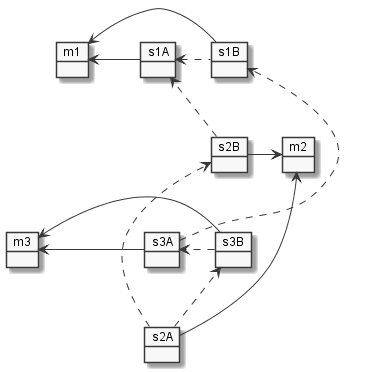
Before: documentation/protocol/img/conn-message-container-delayed-message.png, a diagram exported from PlantUML (researchstudio-sat/webofneeds). Source of this version:
```plantuml
@startuml
scale 1
skinparam monochrome true

hide attributes

object "m1"  as m1A
object "s1A"  as s1A
object "s1B"  as s1B
object "m2"  as m2B
object "s2B"  as s2B
object "m3"  as m3A
object "s3A" as s3A
object "s2A" as s2A
object "s3B"  as s3B

s1A -left->  m1A
s1B .left.>  s1A
s1B -[norank]left->  m1A

s2B -right-> m2B
s2A .[norank].> s2B
s2A -[norank]-> m2B
s2A .[norank].> s3B
s2B .[norank].> s1A


s3A -left-> m3A
s3B .[norank].> s3A
s3B -[norank]-> m3A
s3A .[norank].> s1B


s3B -[hidden]up-> s2B
s2B -[hidden]up-> s1B
s1B -[hidden]down-> s2B
s2A -[hidden]up-> s3A
m3A -[hidden]up-> m1A

object "x" as x
x -[hidden]left-> s1B
x -[hidden]down-> m2B
hide x

object "y" as y
s3A -[hidden]up-> y
y -[hidden]up-> s1A
y -[hidden]right-> s2B
hide y

@enduml
```
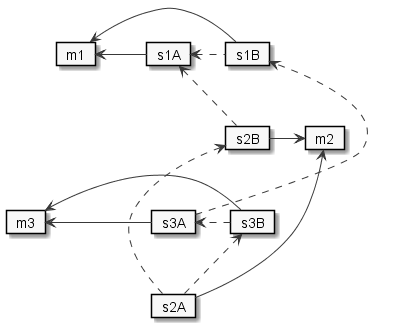
Later version of the same file.

The edit, as a diff of the source:
```diff
@@ -4,15 +4,15 @@
 
 hide attributes
 
-object "m1"  as m1A
-object "s1A"  as s1A
-object "s1B"  as s1B
-object "m2"  as m2B
-object "s2B"  as s2B
-object "m3"  as m3A
-object "s3A" as s3A
-object "s2A" as s2A
-object "s3B"  as s3B
+card "m1"  as m1A
+card "s1A"  as s1A
+card "s1B"  as s1B
+card "m2"  as m2B
+card "s2B"  as s2B
+card "m3"  as m3A
+card "s3A" as s3A
+card "s2A" as s2A
+card "s3B"  as s3B
 
 s1A -left->  m1A
 s1B .left.>  s1A
@@ -37,12 +37,12 @@
 s2A -[hidden]up-> s3A
 m3A -[hidden]up-> m1A
 
-object "x" as x
+card "x" as x
 x -[hidden]left-> s1B
 x -[hidden]down-> m2B
 hide x
 
-object "y" as y
+card "y" as y
 s3A -[hidden]up-> y
 y -[hidden]up-> s1A
 y -[hidden]right-> s2B
```
